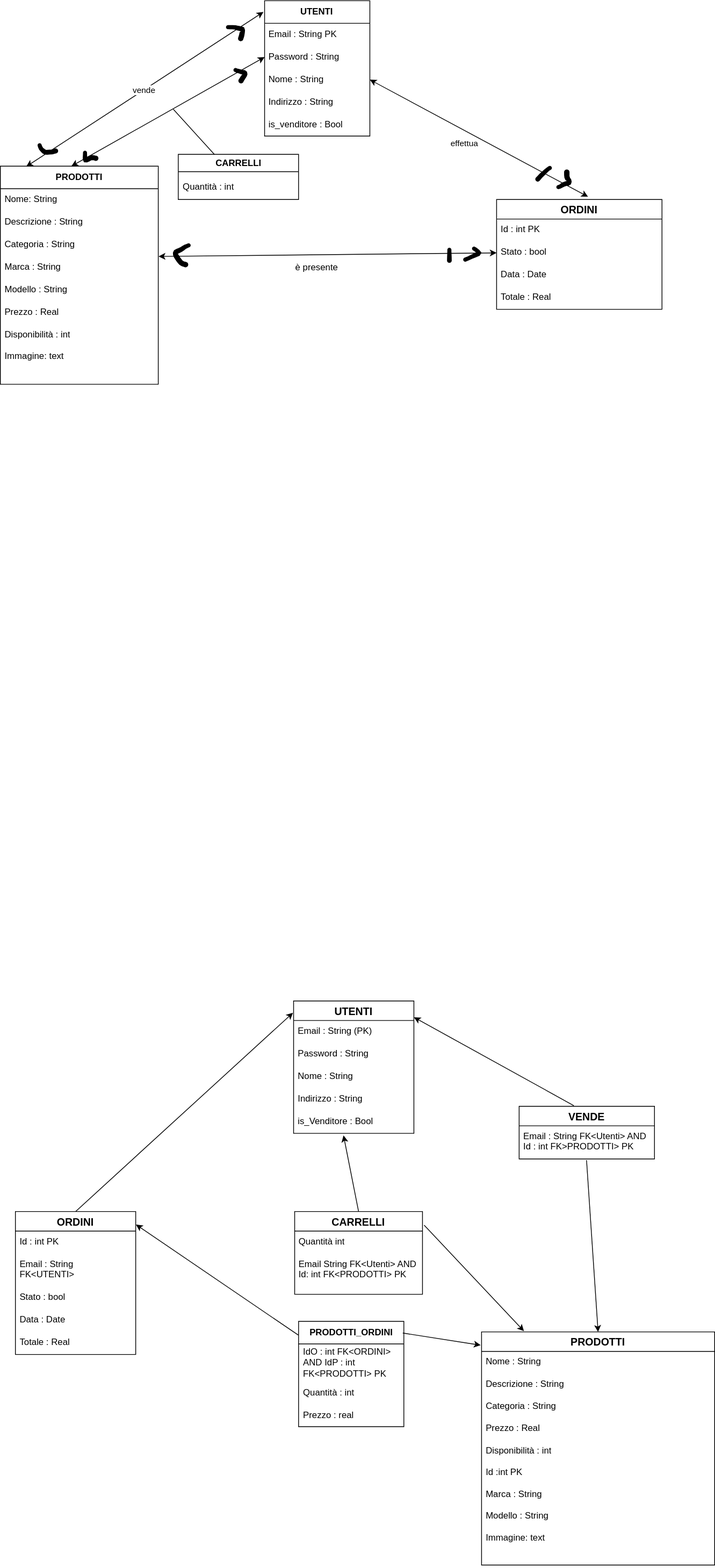
Before: 2023-2024/Basi di Dati/Progetto/Diagramma E-Commerce.svg, a diagram exported from draw.io (paolotito1803/Informatica). Source tidied: cells renumbered, new cells last; positions are measured from the earlier drawing's top-left corner, leaving out a move shared by most shapes.
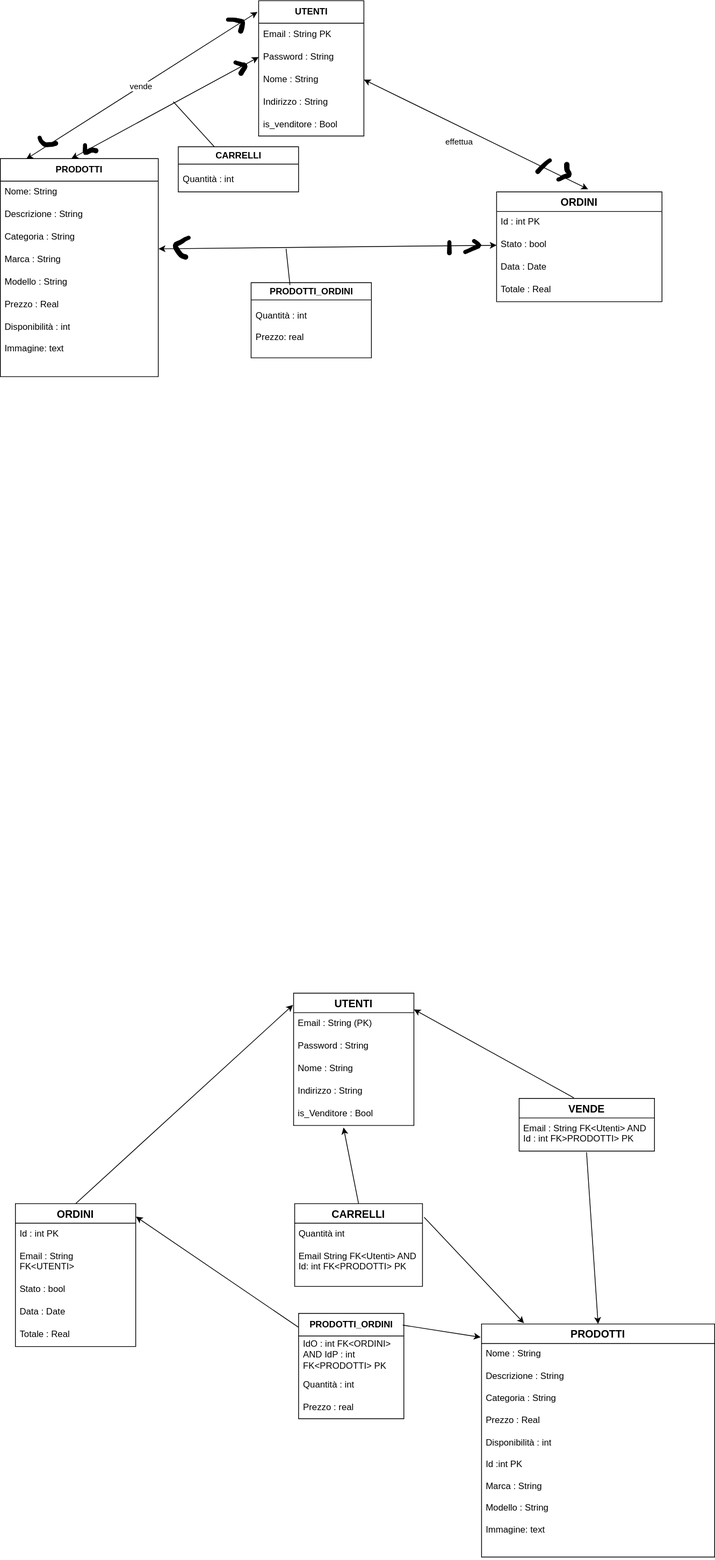
Above is the later version.

The edit, as a diff of the source:
```diff
@@ -101,7 +101,7 @@
       <mxGeometry relative="1" as="geometry" />
     </mxCell>
     <mxCell id="34" value="&lt;b&gt;UTENTI&lt;/b&gt;" style="swimlane;fontStyle=0;horizontal=1;startSize=30;whiteSpace=wrap;html=1;" parent="1" vertex="1">
-      <mxGeometry x="351.4" width="140" height="180" as="geometry" />
+      <mxGeometry x="343.5" y="10" width="140" height="180" as="geometry" />
     </mxCell>
     <mxCell id="35" value="Email : String PK" style="text;strokeColor=none;fillColor=none;align=left;verticalAlign=middle;spacingLeft=4;spacingRight=4;overflow=hidden;whiteSpace=wrap;html=1;" parent="34" vertex="1">
       <mxGeometry y="30" width="140" height="30" as="geometry" />
@@ -178,9 +178,6 @@
     <mxCell id="58" style="shape=(stored shape, 796 characters);lineShape=1;strokeColor=default;" parent="1" vertex="1">
       <mxGeometry x="110" y="200" width="19.9" height="14.5" as="geometry" />
     </mxCell>
-    <mxCell id="59" value="è presente" style="text;html=1;align=center;verticalAlign=middle;whiteSpace=wrap;rounded=0;" parent="1" vertex="1">
-      <mxGeometry x="391.4" y="340" width="60" height="30" as="geometry" />
-    </mxCell>
     <mxCell id="60" value="&lt;b&gt;PRODOTTI_ORDINI&lt;/b&gt;" style="swimlane;fontStyle=0;horizontal=1;startSize=30;whiteSpace=wrap;html=1;" parent="1" vertex="1">
       <mxGeometry x="396.6" y="1756" width="140" height="140" as="geometry" />
     </mxCell>
@@ -217,5 +214,16 @@
     <mxCell id="71" style="shape=(stored shape, 752 characters);lineShape=1;strokeColor=default;" parent="1" vertex="1">
       <mxGeometry x="712" y="220.2" width="21" height="19.8" as="geometry" />
     </mxCell>
+    <mxCell id="72" value="PRODOTTI_ORDINI" style="swimlane;whiteSpace=wrap;html=1;" parent="1" vertex="1">
+      <mxGeometry x="333.5" y="385" width="160" height="100" as="geometry" />
+    </mxCell>
+    <mxCell id="73" value="Quantità : int&lt;div&gt;&lt;br&gt;&lt;/div&gt;&lt;div&gt;Prezzo: real&lt;/div&gt;" style="text;strokeColor=none;fillColor=none;spacingLeft=4;spacingRight=4;overflow=hidden;fontSize=12;whiteSpace=wrap;html=1;" parent="72" vertex="1">
+      <mxGeometry y="30" width="160" height="70" as="geometry" />
+    </mxCell>
+    <mxCell id="74" style="endArrow=none;html=1;rounded=0;entryX=0.323;entryY=0.032;entryDx=0;entryDy=0;entryPerimeter=0;" parent="1" edge="1" target="72">
+      <mxGeometry relative="1" as="geometry">
+        <mxPoint x="380" y="340" as="sourcePoint" />
+      </mxGeometry>
+    </mxCell>
   </root>
 </mxGraphModel>
```
